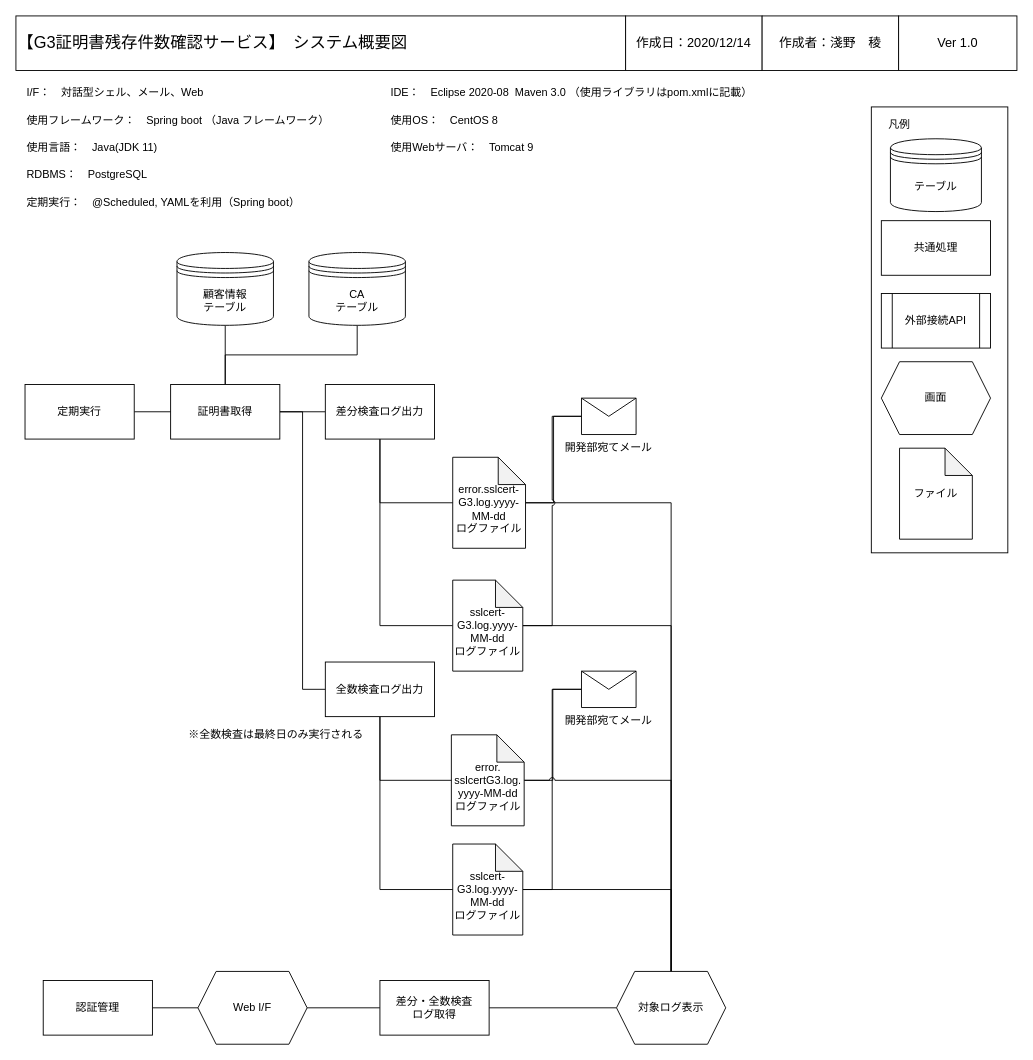
r-asano/kaihatsubuKenshu keeps this draw.io diagram as page "システム概要図" (8 of 8) of UMLDiagram.drawio. Above is the earlier version. Source tidied: cells renumbered, new cells numbered last; positions are measured from the earlier drawing's top-left corner, leaving out a move shared by most shapes. Both pictures are drawn from the tidied source at 91%, with x=0, y=0 at pixel (15, 15).
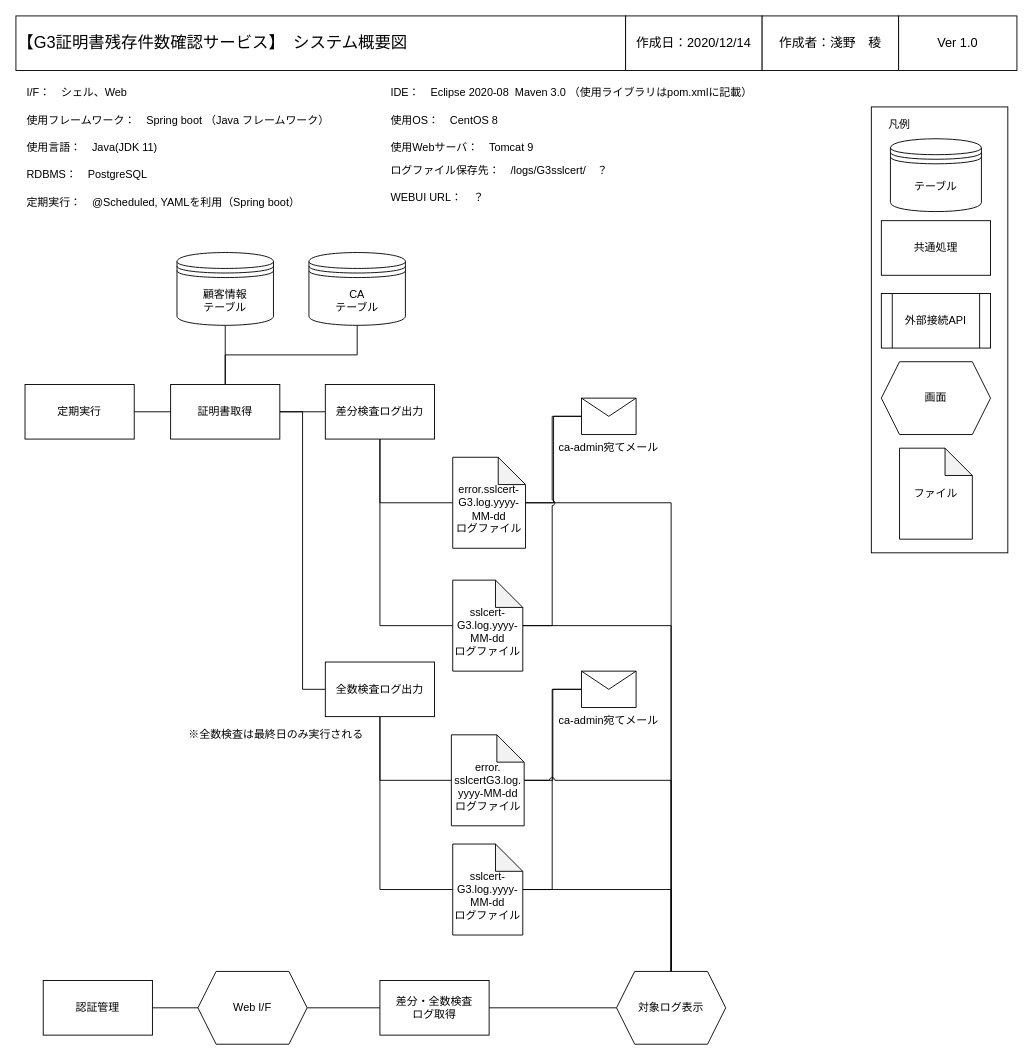
After the change.

The change refers to these unchanged cells:
```xml
<mxCell id="55" style="group;" parent="1" vertex="1">
  <mxGeometry x="590" y="420" width="123" height="70" as="geometry" />
</mxCell>
<mxCell id="58" style="group;" parent="1" vertex="1">
  <mxGeometry x="590" y="720" width="123" height="70" as="geometry" />
</mxCell>
```

Diff of the diagram source:
```diff
@@
-    <mxCell id="2" value="&lt;div align=&quot;left&quot;&gt;I/F：　対話型シェル、メール、Web&lt;/div&gt;" style="text;html=1;strokeColor=none;fillColor=none;align=left;verticalAlign=middle;whiteSpace=wrap;rounded=0;" parent="1" vertex="1">
+    <mxCell id="2" value="&lt;div align=&quot;left&quot;&gt;I/F：　シェル、Web&lt;/div&gt;" style="text;html=1;strokeColor=none;fillColor=none;align=left;verticalAlign=middle;whiteSpace=wrap;rounded=0;" parent="1" vertex="1">
       <mxGeometry x="10" y="70" width="220" height="30" as="geometry" />
     </mxCell>
@@
     <mxCell id="24" value="&lt;div align=&quot;left&quot;&gt;定期実行：　@Scheduled, YAMLを利用（Spring boot）&lt;/div&gt;" style="text;html=1;strokeColor=none;fillColor=none;align=left;verticalAlign=middle;whiteSpace=wrap;rounded=0;" parent="1" vertex="1">
-      <mxGeometry x="10" y="190" width="300" height="30" as="geometry" />
+      <mxGeometry x="10" y="190" width="310" height="30" as="geometry" />
     </mxCell>
@@
-    <mxCell id="57" value="開発部宛てメール" style="text;html=1;strokeColor=none;fillColor=none;align=center;verticalAlign=middle;whiteSpace=wrap;rounded=0;" parent="55" vertex="1">
+    <mxCell id="57" value="ca-admin宛てメール" style="text;html=1;strokeColor=none;fillColor=none;align=center;verticalAlign=middle;whiteSpace=wrap;rounded=0;" parent="55" vertex="1">
       <mxGeometry y="40" width="123" height="30" as="geometry" />
     </mxCell>
@@
-    <mxCell id="60" value="開発部宛てメール" style="text;html=1;strokeColor=none;fillColor=none;align=center;verticalAlign=middle;whiteSpace=wrap;rounded=0;" parent="58" vertex="1">
+    <mxCell id="60" value="ca-admin宛てメール" style="text;html=1;strokeColor=none;fillColor=none;align=center;verticalAlign=middle;whiteSpace=wrap;rounded=0;" parent="58" vertex="1">
       <mxGeometry y="40" width="123" height="30" as="geometry" />
     </mxCell>
@@
+    <mxCell id="62" value="&lt;div align=&quot;left&quot;&gt;ログファイル保存先：　/logs/G3sslcert/　？&lt;/div&gt;" style="text;html=1;strokeColor=none;fillColor=none;align=left;verticalAlign=middle;whiteSpace=wrap;rounded=0;shadow=1;" parent="1" vertex="1">
+      <mxGeometry x="410" y="160" width="260" height="20" as="geometry" />
+    </mxCell>
+    <mxCell id="63" value="&lt;div align=&quot;left&quot;&gt;WEBUI URL：　？&lt;/div&gt;" style="text;html=1;strokeColor=none;fillColor=none;align=left;verticalAlign=middle;whiteSpace=wrap;rounded=0;shadow=1;" parent="1" vertex="1">
+      <mxGeometry x="410" y="190" width="260" height="20" as="geometry" />
+    </mxCell>
```
